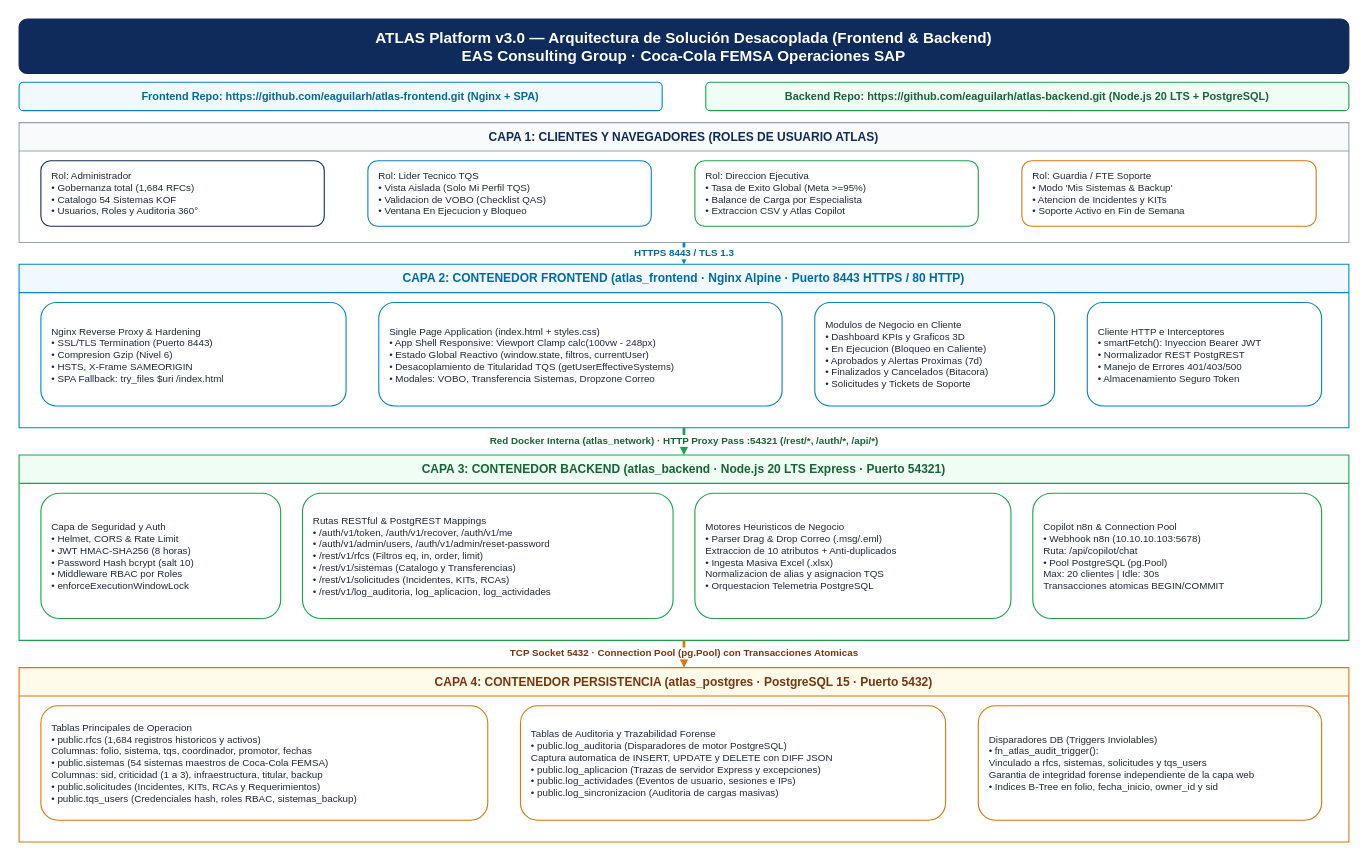
The draw.io diagram docs/diagrama_arquitectura.drawio in fabrica-sw/atlas_frontend, before the edit. Source tidied: cells renumbered, new cells numbered last; positions are measured from the earlier drawing's top-left corner, leaving out a move shared by most shapes. Both pictures are drawn from the tidied source at 109%, with x=0, y=0 at pixel (19, 19).
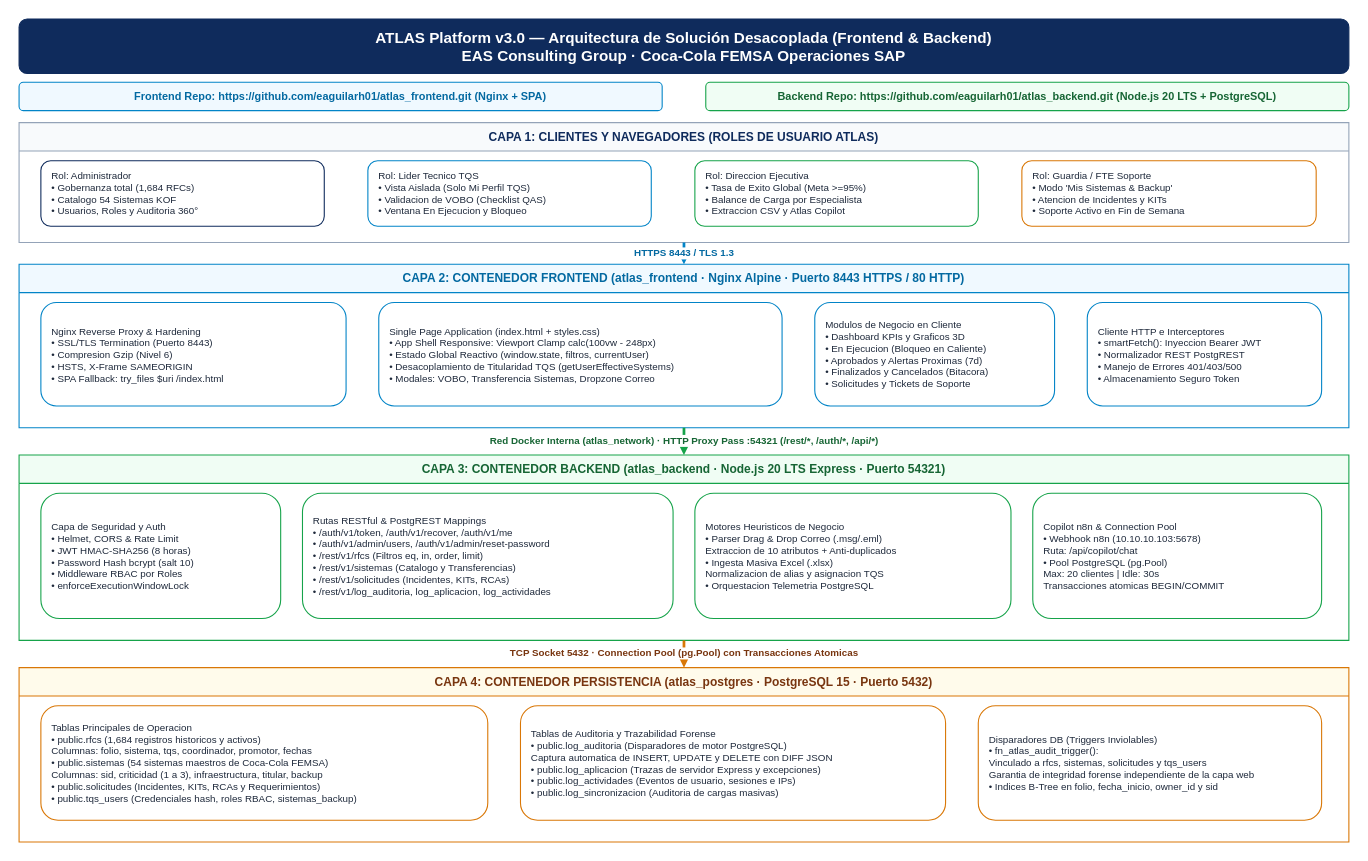
After the change.

Commit message (it also covers changes not shown here):
docs(frontend): actualizar URL oficial de repositorio atlas_frontend en diagramas y PDF

Diff of the diagram source:
```diff
@@
-    <mxCell id="3" value="Frontend Repo: https://github.com/eaguilarh/atlas-frontend.git (Nginx + SPA)" style="rounded=1;whiteSpace=wrap;html=1;fillColor=#f0f9ff;strokeColor=#0284c7;fontColor=#0369a1;fontStyle=1;fontSize=10;align=center;" parent="1" vertex="1">
+    <mxCell id="3" value="Frontend Repo: https://github.com/eaguilarh01/atlas_frontend.git (Nginx + SPA)" style="rounded=1;whiteSpace=wrap;html=1;fillColor=#f0f9ff;strokeColor=#0284c7;fontColor=#0369a1;fontStyle=1;fontSize=10;align=center;" parent="1" vertex="1">
       <mxGeometry y="58" width="590" height="26" as="geometry" />
     </mxCell>
-    <mxCell id="4" value="Backend Repo: https://github.com/eaguilarh/atlas-backend.git (Node.js 20 LTS + PostgreSQL)" style="rounded=1;whiteSpace=wrap;html=1;fillColor=#f0fdf4;strokeColor=#16a34a;fontColor=#166534;fontStyle=1;fontSize=10;align=center;" parent="1" vertex="1">
+    <mxCell id="4" value="Backend Repo: https://github.com/eaguilarh01/atlas_backend.git (Node.js 20 LTS + PostgreSQL)" style="rounded=1;whiteSpace=wrap;html=1;fillColor=#f0fdf4;strokeColor=#16a34a;fontColor=#166534;fontStyle=1;fontSize=10;align=center;" parent="1" vertex="1">
       <mxGeometry x="630" y="58" width="590" height="26" as="geometry" />
     </mxCell>
```
